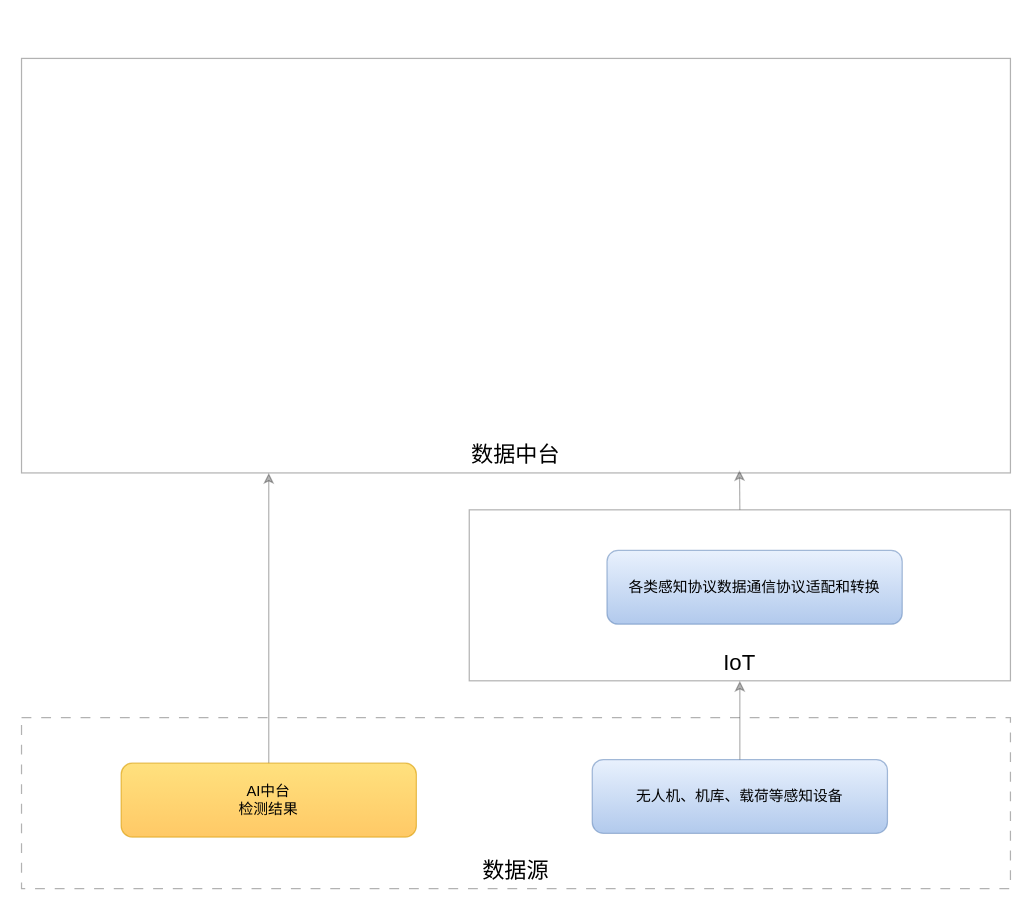
Earlier version of the draw.io diagram 未命名绘图.drawio (yangchenyu/micro-service). Source tidied: cells renumbered, new cells numbered last; positions are measured from the earlier drawing's top-left corner, leaving out a move shared by most shapes. Both pictures are drawn from the tidied source at 123%, with x=0, y=0 at pixel (21, 58).
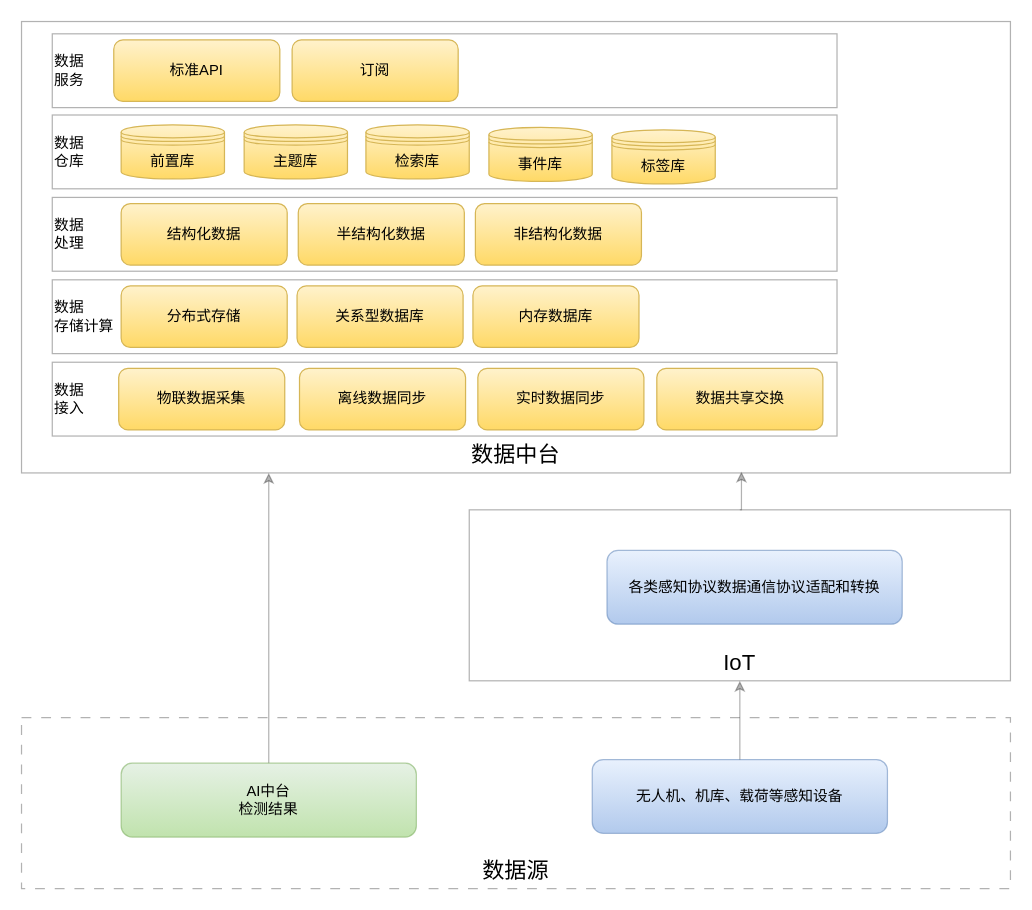
After the change.

Commit message (it also covers changes not shown here):
更新未命名绘图.drawio

Unchanged cells that the change refers to:
```xml
<mxCell id="7" value="IoT" style="rounded=0;whiteSpace=wrap;html=1;opacity=30;verticalAlign=bottom;fontSize=18;" parent="1" vertex="1">
  <mxGeometry x="364" y="367" width="440" height="139" as="geometry" />
</mxCell>
```

Change to the diagram source:
```diff
@@
-    <mxCell id="3" style="edgeStyle=orthogonalEdgeStyle;rounded=0;jettySize=auto;html=1;exitX=0.5;exitY=0;exitDx=0;exitDy=0;entryX=0.25;entryY=1;entryDx=0;entryDy=0;opacity=30;" parent="1" edge="1" source="4" target="8">
+    <mxCell id="3" style="edgeStyle=elbowEdgeStyle;rounded=0;jettySize=auto;html=1;exitX=0.5;exitY=0;exitDx=0;exitDy=0;opacity=30;entryX=0.25;entryY=1;entryDx=0;entryDy=0;" parent="1" edge="1" source="4" target="8">
       <mxGeometry relative="1" as="geometry" />
     </mxCell>
-    <mxCell id="4" value="AI中台&lt;br&gt;检测结果" style="rounded=1;whiteSpace=wrap;html=1;opacity=60;fillColor=#ffcd28;gradientColor=#ffa500;strokeColor=#d79b00;" parent="1" vertex="1">
+    <mxCell id="4" value="AI中台&lt;br&gt;检测结果" style="rounded=1;whiteSpace=wrap;html=1;opacity=60;fillColor=#d5e8d4;gradientColor=#97d077;strokeColor=#82b366;" parent="1" vertex="1">
       <mxGeometry x="81" y="573" width="240" height="60" as="geometry" />
     </mxCell>
@@
-    <mxCell id="6" style="edgeStyle=orthogonalEdgeStyle;rounded=0;jettySize=auto;html=1;exitX=0.5;exitY=0;exitDx=0;exitDy=0;entryX=0.726;entryY=0.993;entryDx=0;entryDy=0;entryPerimeter=0;opacity=30;" parent="1" edge="1" source="7" target="8">
+    <mxCell id="6" style="edgeStyle=orthogonalEdgeStyle;rounded=0;jettySize=auto;html=1;exitX=0.5;exitY=0;exitDx=0;exitDy=0;opacity=30;entryX=0.728;entryY=0.997;entryDx=0;entryDy=0;entryPerimeter=0;" parent="1" edge="1" source="7" target="8">
       <mxGeometry relative="1" as="geometry" />
     </mxCell>
@@
     <mxCell id="8" value="数据中台" style="rounded=0;whiteSpace=wrap;html=1;opacity=30;verticalAlign=bottom;fontSize=18;" parent="1" vertex="1">
-      <mxGeometry width="804" height="337" as="geometry" />
+      <mxGeometry y="-30" width="804" height="367" as="geometry" />
     </mxCell>
@@
+    <mxCell id="11" value="数据&lt;br&gt;接入" style="rounded=0;whiteSpace=wrap;html=1;opacity=30;align=left;" parent="1" vertex="1">
+      <mxGeometry x="25" y="247" width="638" height="60" as="geometry" />
+    </mxCell>
+    <mxCell id="12" value="物联数据采集" style="rounded=1;whiteSpace=wrap;html=1;strokeColor=#d6b656;fillColor=#fff2cc;gradientColor=#ffd966;" parent="1" vertex="1">
+      <mxGeometry x="79" y="252" width="135" height="50" as="geometry" />
+    </mxCell>
+    <mxCell id="13" value="离线数据同步" style="rounded=1;whiteSpace=wrap;html=1;strokeColor=#d6b656;fillColor=#fff2cc;gradientColor=#ffd966;" parent="1" vertex="1">
+      <mxGeometry x="226" y="252" width="135" height="50" as="geometry" />
+    </mxCell>
+    <mxCell id="14" value="实时数据同步" style="rounded=1;whiteSpace=wrap;html=1;strokeColor=#d6b656;fontColor=default;fillColor=#fff2cc;gradientColor=#ffd966;" parent="1" vertex="1">
+      <mxGeometry x="371" y="252" width="135" height="50" as="geometry" />
+    </mxCell>
+    <mxCell id="15" value="数据共享交换" style="rounded=1;whiteSpace=wrap;html=1;strokeColor=#d6b656;fontColor=default;fillColor=#fff2cc;gradientColor=#ffd966;" parent="1" vertex="1">
+      <mxGeometry x="516.5" y="252" width="135" height="50" as="geometry" />
+    </mxCell>
+    <mxCell id="16" value="数据&lt;br&gt;存储计算" style="rounded=0;whiteSpace=wrap;html=1;opacity=30;align=left;" parent="1" vertex="1">
+      <mxGeometry x="25" y="180" width="638" height="60" as="geometry" />
+    </mxCell>
+    <mxCell id="17" value="分布式存储" style="rounded=1;whiteSpace=wrap;html=1;strokeColor=#d6b656;fontColor=default;fillColor=#fff2cc;gradientColor=#ffd966;" parent="1" vertex="1">
+      <mxGeometry x="81" y="185" width="135" height="50" as="geometry" />
+    </mxCell>
+    <mxCell id="18" value="关系型数据库" style="rounded=1;whiteSpace=wrap;html=1;strokeColor=#d6b656;fontColor=default;fillColor=#fff2cc;gradientColor=#ffd966;" parent="1" vertex="1">
+      <mxGeometry x="224" y="185" width="135" height="50" as="geometry" />
+    </mxCell>
+    <mxCell id="19" value="内存数据库" style="rounded=1;whiteSpace=wrap;html=1;strokeColor=#d6b656;fontColor=default;fillColor=#fff2cc;gradientColor=#ffd966;" parent="1" vertex="1">
+      <mxGeometry x="367" y="185" width="135" height="50" as="geometry" />
+    </mxCell>
+    <mxCell id="20" value="数据&lt;br&gt;处理" style="rounded=0;whiteSpace=wrap;html=1;opacity=30;align=left;" parent="1" vertex="1">
+      <mxGeometry x="25" y="113" width="638" height="60" as="geometry" />
+    </mxCell>
+    <mxCell id="21" value="结构化数据" style="rounded=1;whiteSpace=wrap;html=1;strokeColor=#d6b656;fontColor=default;fillColor=#fff2cc;gradientColor=#ffd966;" parent="1" vertex="1">
+      <mxGeometry x="81" y="118" width="135" height="50" as="geometry" />
+    </mxCell>
+    <mxCell id="22" value="半结构化数据" style="rounded=1;whiteSpace=wrap;html=1;strokeColor=#d6b656;fontColor=default;fillColor=#fff2cc;gradientColor=#ffd966;" parent="1" vertex="1">
+      <mxGeometry x="225" y="118" width="135" height="50" as="geometry" />
+    </mxCell>
+    <mxCell id="23" value="非结构化数据" style="rounded=1;whiteSpace=wrap;html=1;strokeColor=#d6b656;fontColor=default;fillColor=#fff2cc;gradientColor=#ffd966;" parent="1" vertex="1">
+      <mxGeometry x="369" y="118" width="135" height="50" as="geometry" />
+    </mxCell>
+    <mxCell id="24" value="数据&lt;br&gt;仓库" style="rounded=0;whiteSpace=wrap;html=1;opacity=30;align=left;" parent="1" vertex="1">
+      <mxGeometry x="25" y="46" width="638" height="60" as="geometry" />
+    </mxCell>
+    <mxCell id="25" value="前置库" style="shape=datastore;whiteSpace=wrap;html=1;rounded=1;strokeColor=#d6b656;fontColor=default;fillColor=#fff2cc;gradientColor=#ffd966;" parent="1" vertex="1">
+      <mxGeometry x="81" y="54" width="84" height="44" as="geometry" />
+    </mxCell>
+    <mxCell id="26" value="主题库" style="shape=datastore;whiteSpace=wrap;html=1;rounded=1;strokeColor=#d6b656;fontColor=default;fillColor=#fff2cc;gradientColor=#ffd966;" parent="1" vertex="1">
+      <mxGeometry x="181" y="54" width="84" height="44" as="geometry" />
+    </mxCell>
+    <mxCell id="27" value="检索库" style="shape=datastore;whiteSpace=wrap;html=1;rounded=1;strokeColor=#d6b656;fontColor=default;fillColor=#fff2cc;gradientColor=#ffd966;" parent="1" vertex="1">
+      <mxGeometry x="280" y="54" width="84" height="44" as="geometry" />
+    </mxCell>
+    <mxCell id="28" value="事件库" style="shape=datastore;whiteSpace=wrap;html=1;rounded=1;strokeColor=#d6b656;fontColor=default;fillColor=#fff2cc;gradientColor=#ffd966;" parent="1" vertex="1">
+      <mxGeometry x="380" y="56" width="84" height="44" as="geometry" />
+    </mxCell>
+    <mxCell id="29" value="数据&lt;br&gt;服务" style="rounded=0;whiteSpace=wrap;html=1;opacity=30;align=left;" parent="1" vertex="1">
+      <mxGeometry x="25" y="-20" width="638" height="60" as="geometry" />
+    </mxCell>
+    <mxCell id="30" value="标准API" style="rounded=1;whiteSpace=wrap;html=1;strokeColor=#d6b656;fontColor=default;fillColor=#fff2cc;gradientColor=#ffd966;" parent="1" vertex="1">
+      <mxGeometry x="75" y="-15" width="135" height="50" as="geometry" />
+    </mxCell>
+    <mxCell id="31" value="订阅" style="rounded=1;whiteSpace=wrap;html=1;strokeColor=#d6b656;fontColor=default;fillColor=#fff2cc;gradientColor=#ffd966;" parent="1" vertex="1">
+      <mxGeometry x="220" y="-15" width="135" height="50" as="geometry" />
+    </mxCell>
+    <mxCell id="32" value="标签库" style="shape=datastore;whiteSpace=wrap;html=1;rounded=1;strokeColor=#d6b656;fontColor=default;fillColor=#fff2cc;gradientColor=#ffd966;" parent="1" vertex="1">
+      <mxGeometry x="480" y="58" width="84" height="44" as="geometry" />
+    </mxCell>
```
